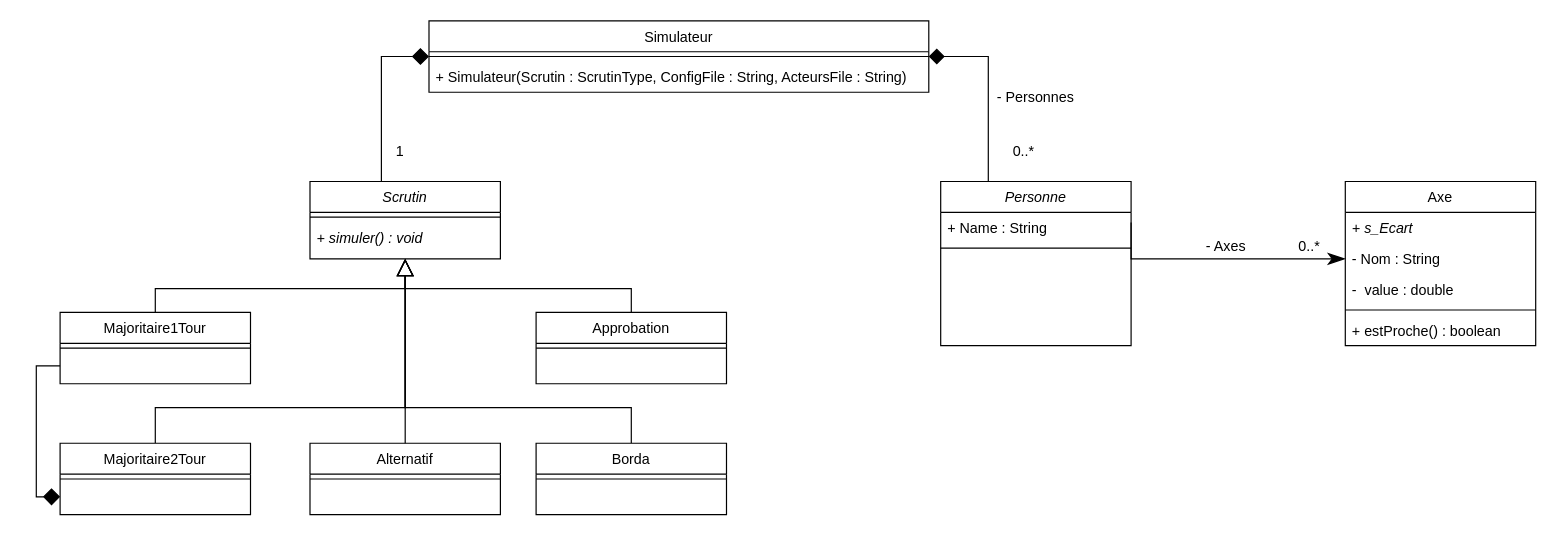
Before: UML.drawio in AugustinGiraudier/SimulationVote, a draw.io diagram. Source tidied: cells renumbered, new cells numbered last; positions are measured from the earlier drawing's top-left corner, leaving out a move shared by most shapes. Both pictures are drawn from the tidied source at 119%, with x=0, y=0 at pixel (60, 20).
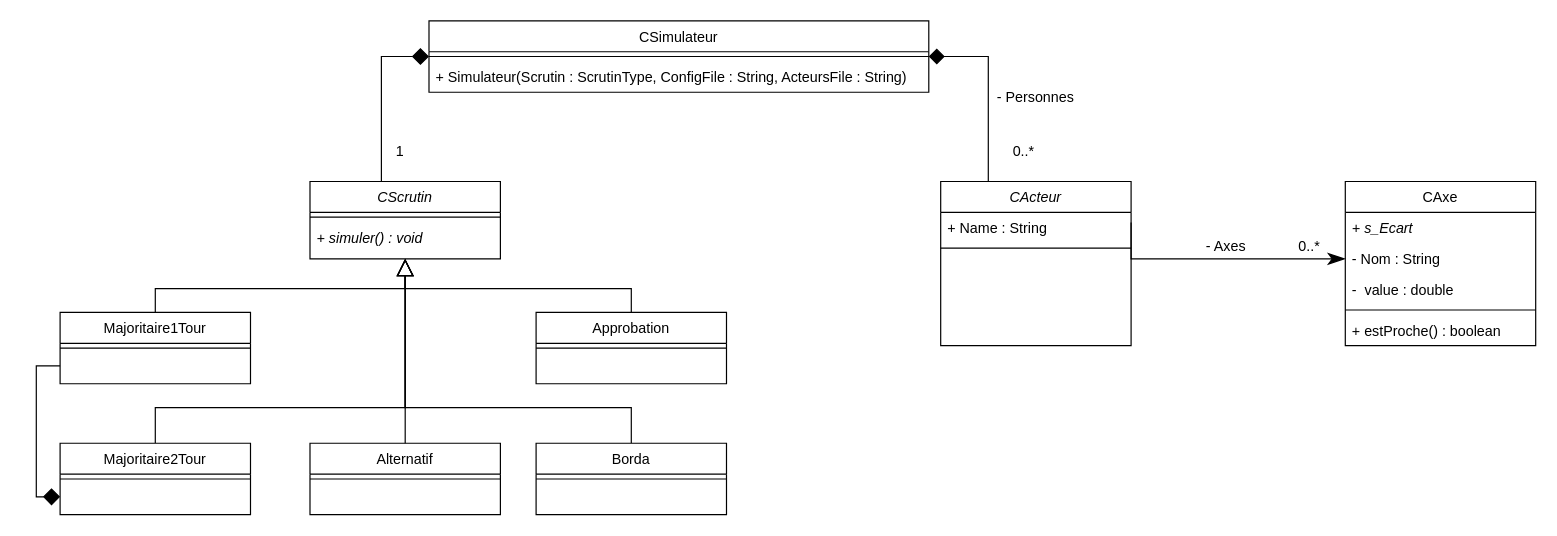
Above is the later version.

The edit, as a diff of the source:
```diff
@@
-    <mxCell id="3" value="Personne" style="swimlane;fontStyle=2;align=center;verticalAlign=top;horizontal=1;startSize=26;rounded=0;shadow=0;strokeWidth=1;" parent="1" vertex="1">
+    <mxCell id="3" value="CActeur" style="swimlane;fontStyle=2;align=center;verticalAlign=top;horizontal=1;startSize=26;rounded=0;shadow=0;strokeWidth=1;" parent="1" vertex="1">
       <mxGeometry x="740" y="135" width="160" height="138" as="geometry" />
     </mxCell>
@@
-    <mxCell id="6" value="Axe" style="swimlane;fontStyle=0;align=center;verticalAlign=top;horizontal=1;startSize=26;rounded=0;shadow=0;strokeWidth=1;" parent="1" vertex="1">
+    <mxCell id="6" value="CAxe" style="swimlane;fontStyle=0;align=center;verticalAlign=top;horizontal=1;startSize=26;rounded=0;shadow=0;strokeWidth=1;" parent="1" vertex="1">
       <mxGeometry x="1080" y="135" width="160" height="138" as="geometry" />
     </mxCell>
@@
-    <mxCell id="16" value="Simulateur" style="swimlane;fontStyle=0;align=center;verticalAlign=top;horizontal=1;startSize=26;rounded=0;shadow=0;strokeWidth=1;" parent="1" vertex="1">
+    <mxCell id="16" value="CSimulateur" style="swimlane;fontStyle=0;align=center;verticalAlign=top;horizontal=1;startSize=26;rounded=0;shadow=0;strokeWidth=1;" parent="1" vertex="1">
       <mxGeometry x="310" width="420" height="60" as="geometry" />
     </mxCell>
@@
-    <mxCell id="19" value="Scrutin" style="swimlane;fontStyle=2;align=center;verticalAlign=top;horizontal=1;startSize=26;rounded=0;shadow=0;strokeWidth=1;" parent="1" vertex="1">
+    <mxCell id="19" value="CScrutin" style="swimlane;fontStyle=2;align=center;verticalAlign=top;horizontal=1;startSize=26;rounded=0;shadow=0;strokeWidth=1;" parent="1" vertex="1">
       <mxGeometry x="210" y="135" width="160" height="65" as="geometry" />
     </mxCell>
```
